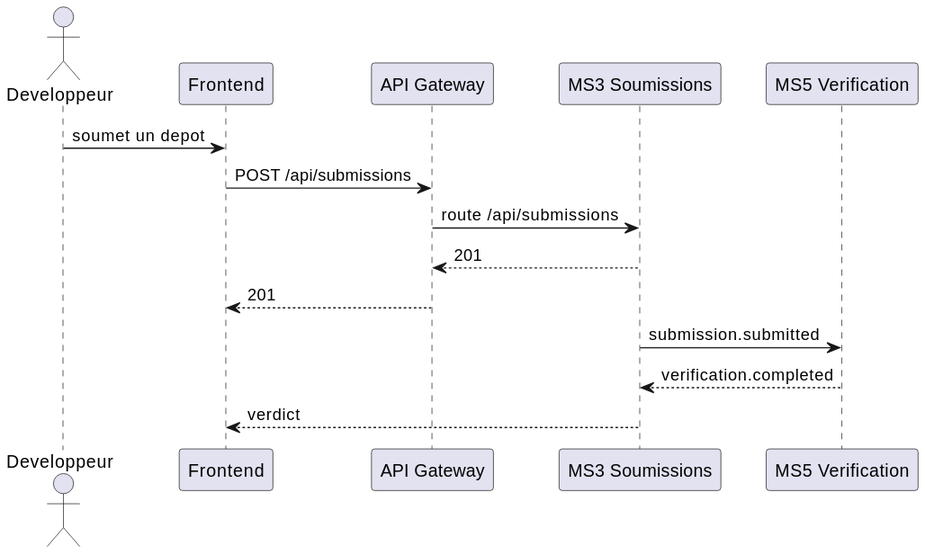
reemslama/mini-projet-web keeps this PlantUML diagram as docs/Diagrams/Submissions/ms3-submissions-sequence.svg. Above is the earlier version.
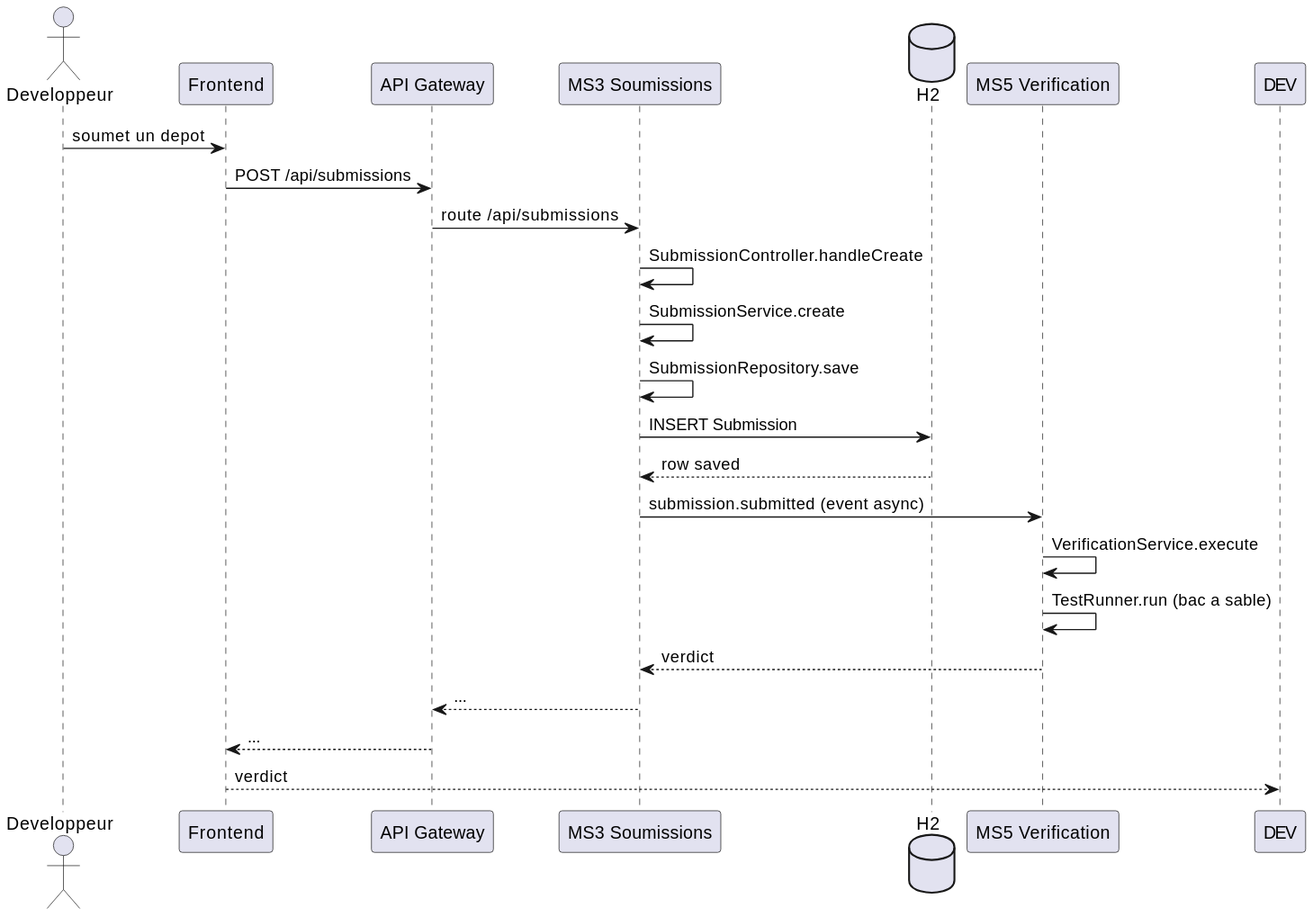
The same diagram one commit later.

Diff of the diagram source:
```diff
@@ -1,16 +1,25 @@
 @startuml
+skinparam backgroundColor #FFFFFF
 actor Developpeur
 participant "Frontend" as FE
 participant "API Gateway" as GW
 participant "MS3 Soumissions" as MS3
+database "H2" as DB
 participant "MS5 Verification" as MS5
 
 Developpeur -> FE : soumet un depot
 FE -> GW : POST /api/submissions
 GW -> MS3 : route /api/submissions
-MS3 --> GW : 201
-GW --> FE : 201
-MS3 -> MS5 : submission.submitted
-MS5 --> MS3 : verification.completed
-MS3 --> FE : verdict
+MS3 -> MS3 : SubmissionController.handleCreate
+MS3 -> MS3 : SubmissionService.create
+MS3 -> MS3 : SubmissionRepository.save
+MS3 -> DB : INSERT Submission
+DB --> MS3 : row saved
+MS3 -> MS5 : submission.submitted (event async)
+MS5 -> MS5 : VerificationService.execute
+MS5 -> MS5 : TestRunner.run (bac a sable)
+MS5 --> MS3 : verdict
+MS3 --> GW : ...
+GW --> FE : ...
+FE --> DEV : verdict
 @enduml
```
